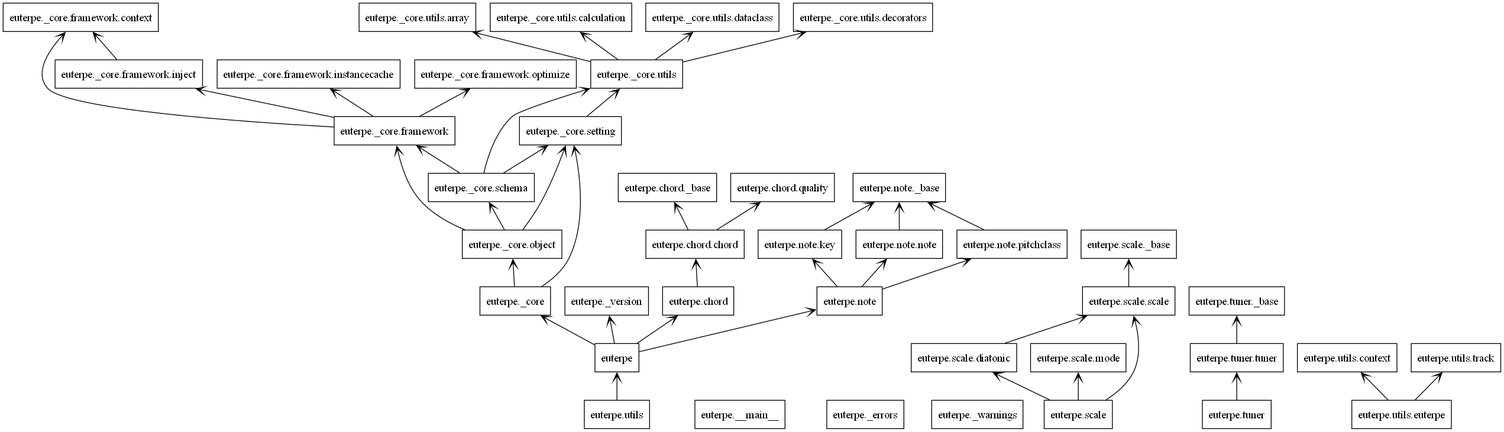
Oujox/aulos keeps this PlantUML diagram as documents/design/class-diagram/packages.png. Above is the earlier version. Its source is kept beside it as documents/design/class-diagram/packages.puml.
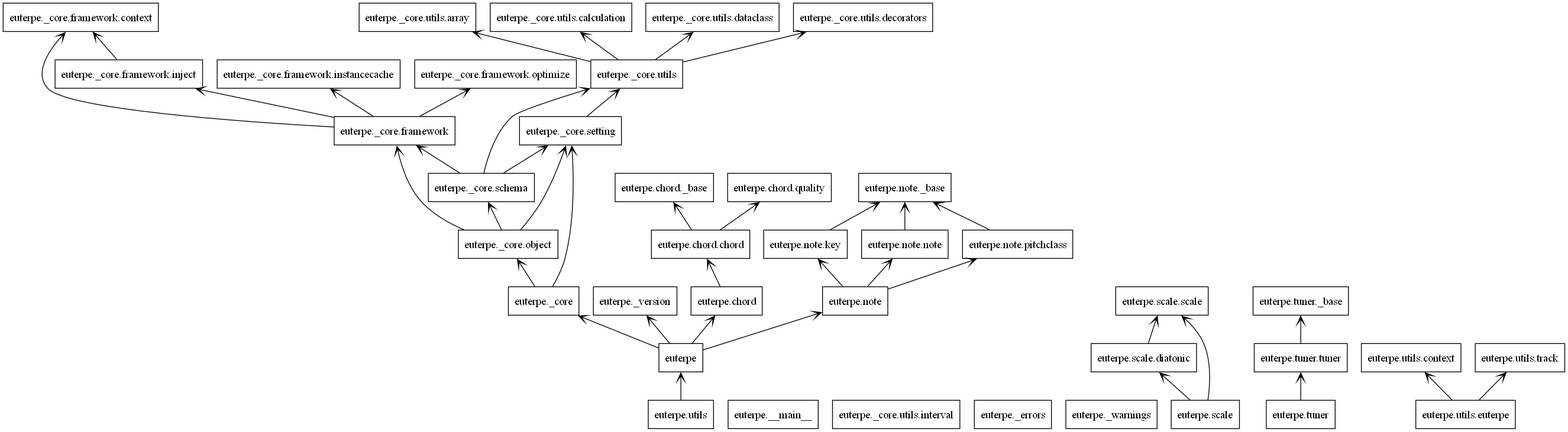
After the change.

What changed in the source:
```diff
@@ -32,6 +32,8 @@
 }
 package "euterpe._core.utils.decorators" as euterpe._core.utils.decorators {
 }
+package "euterpe._core.utils.interval" as euterpe._core.utils.interval {
+}
 package "euterpe._errors" as euterpe._errors {
 }
 package "euterpe._version" as euterpe._version {
@@ -58,11 +60,7 @@
 }
 package "euterpe.scale" as euterpe.scale {
 }
-package "euterpe.scale._base" as euterpe.scale._base {
-}
 package "euterpe.scale.diatonic" as euterpe.scale.diatonic {
-}
-package "euterpe.scale.mode" as euterpe.scale.mode {
 }
 package "euterpe.scale.scale" as euterpe.scale.scale {
 }
@@ -112,10 +110,8 @@
 euterpe.note.note --> euterpe.note._base
 euterpe.note.pitchclass --> euterpe.note._base
 euterpe.scale --> euterpe.scale.diatonic
-euterpe.scale --> euterpe.scale.mode
 euterpe.scale --> euterpe.scale.scale
 euterpe.scale.diatonic --> euterpe.scale.scale
-euterpe.scale.scale --> euterpe.scale._base
 euterpe.tuner --> euterpe.tuner.tuner
 euterpe.tuner.tuner --> euterpe.tuner._base
 euterpe.utils --> euterpe
```
